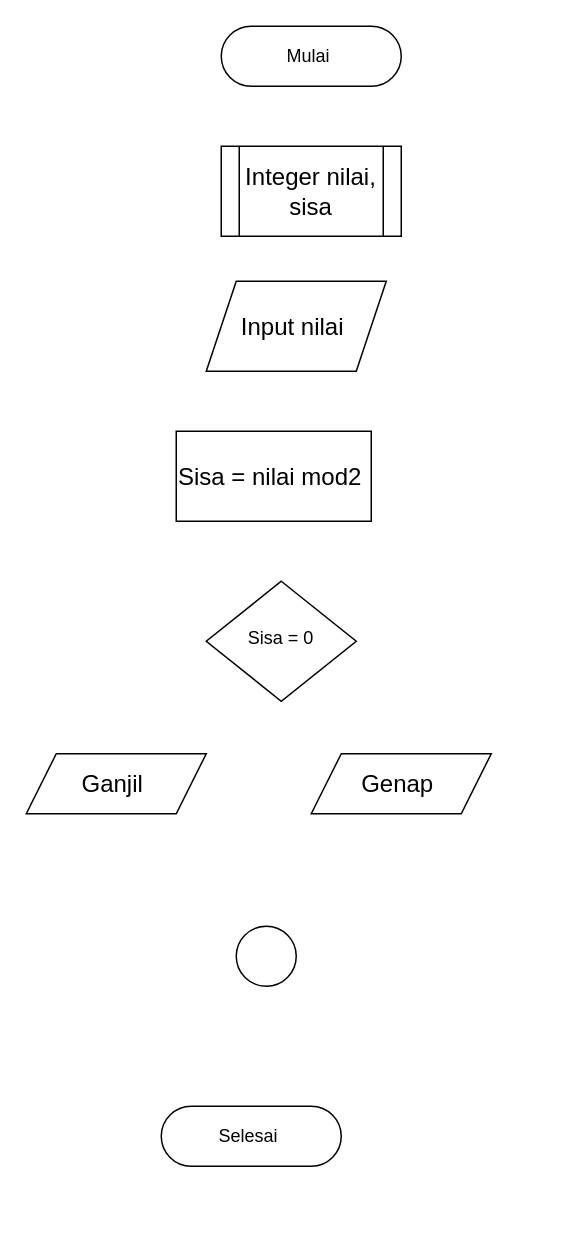
Earlier version of the draw.io diagram Tugas bilangan ganjil genap 23241091_1C.drawio (Xnowly/Algo_C_23241091). Source tidied: cells renumbered, new cells numbered last; positions are measured from the earlier drawing's top-left corner, leaving out a move shared by most shapes. Both pictures are drawn from the tidied source at 150%, with x=0, y=0 at pixel (26, 26).
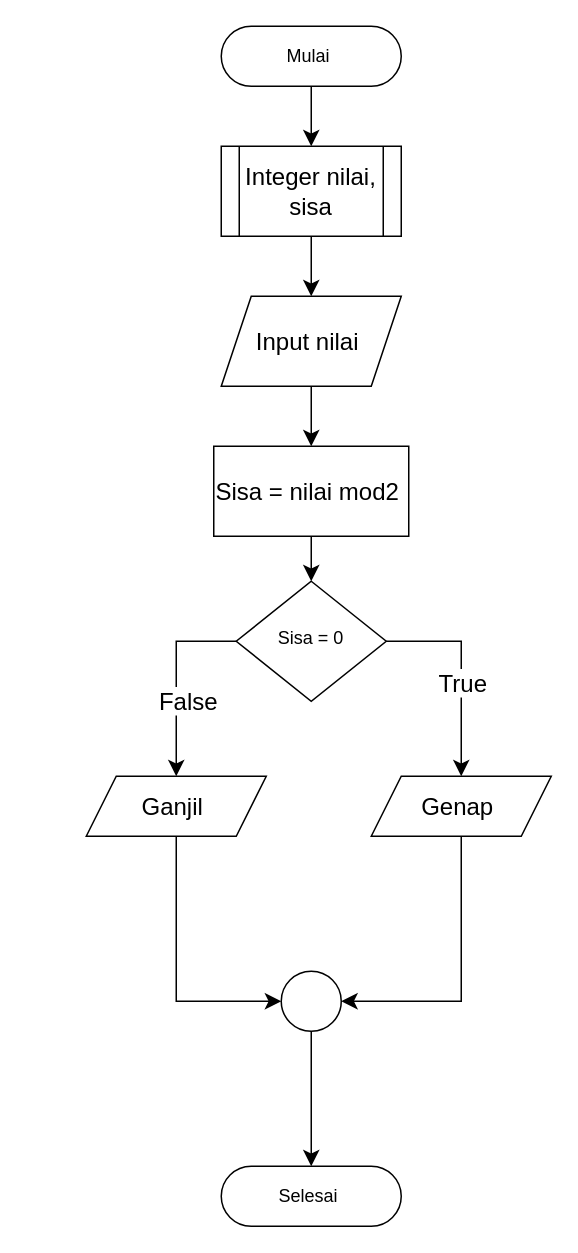
Above is the later version.

Unchanged cells that the change refers to:
```xml
<mxCell id="4" value="Mulai&amp;nbsp;" style="rounded=1;whiteSpace=wrap;html=1;fontSize=12;glass=0;strokeWidth=1;shadow=0;arcSize=50;" parent="1" vertex="1">
  <mxGeometry x="130" width="120" height="40" as="geometry" />
</mxCell>
<mxCell id="5" value="Integer nilai, sisa" style="shape=process;whiteSpace=wrap;html=1;backgroundOutline=1;fontSize=16;" parent="1" vertex="1">
  <mxGeometry x="130" y="80" width="120" height="60" as="geometry" />
</mxCell>
```

What changed in the source:
```diff
@@
     <mxCell id="2" value="Sisa = 0" style="rhombus;whiteSpace=wrap;html=1;shadow=0;fontFamily=Helvetica;fontSize=12;align=center;strokeWidth=1;spacing=6;spacingTop=-4;" parent="1" vertex="1">
-      <mxGeometry x="120" y="370" width="100" height="80" as="geometry" />
+      <mxGeometry x="140" y="370" width="100" height="80" as="geometry" />
     </mxCell>
     <mxCell id="3" value="Selesai&amp;nbsp;" style="rounded=1;whiteSpace=wrap;html=1;fontSize=12;glass=0;strokeWidth=1;shadow=0;arcSize=50;" parent="1" vertex="1">
-      <mxGeometry x="90" y="720" width="120" height="40" as="geometry" />
+      <mxGeometry x="130" y="760" width="120" height="40" as="geometry" />
     </mxCell>
@@
     <mxCell id="6" value="Input nilai&amp;nbsp;" style="shape=parallelogram;perimeter=parallelogramPerimeter;whiteSpace=wrap;html=1;fixedSize=1;fontSize=16;" parent="1" vertex="1">
-      <mxGeometry x="120" y="170" width="120" height="60" as="geometry" />
+      <mxGeometry x="130" y="180" width="120" height="60" as="geometry" />
     </mxCell>
     <mxCell id="7" value="Sisa = nilai mod2&amp;nbsp;" style="whiteSpace=wrap;html=1;fontSize=16;" parent="1" vertex="1">
-      <mxGeometry x="100" y="270" width="130" height="60" as="geometry" />
+      <mxGeometry x="125" y="280" width="130" height="60" as="geometry" />
     </mxCell>
     <mxCell id="8" value="Ganjil&amp;nbsp;" style="shape=parallelogram;perimeter=parallelogramPerimeter;whiteSpace=wrap;html=1;fixedSize=1;fontSize=16;" parent="1" vertex="1">
-      <mxGeometry y="485" width="120" height="40" as="geometry" />
+      <mxGeometry x="40" y="500" width="120" height="40" as="geometry" />
     </mxCell>
     <mxCell id="9" value="Genap&amp;nbsp;" style="shape=parallelogram;perimeter=parallelogramPerimeter;whiteSpace=wrap;html=1;fixedSize=1;fontSize=16;" parent="1" vertex="1">
-      <mxGeometry x="190" y="485" width="120" height="40" as="geometry" />
+      <mxGeometry x="230" y="500" width="120" height="40" as="geometry" />
     </mxCell>
@@
     <mxCell id="11" style="ellipse;whiteSpace=wrap;html=1;fontSize=16;" parent="1" vertex="1">
-      <mxGeometry x="140" y="600" width="40" height="40" as="geometry" />
+      <mxGeometry x="170" y="630" width="40" height="40" as="geometry" />
     </mxCell>
+    <mxCell id="12" style="edgeStyle=none;jettySize=auto;html=1;rounded=0;fontSize=12;startSize=8;endSize=8;curved=1;exitX=0.5;exitY=1;exitDx=0;exitDy=0;entryX=0.5;entryY=0;entryDx=0;entryDy=0;" parent="1" edge="1" source="4" target="5">
+      <mxGeometry relative="1" as="geometry" />
+    </mxCell>
+    <mxCell id="13" style="edgeStyle=none;jettySize=auto;html=1;rounded=0;fontSize=12;startSize=8;endSize=8;curved=1;exitX=0.5;exitY=1;exitDx=0;exitDy=0;entryX=0.5;entryY=0;entryDx=0;entryDy=0;" parent="1" edge="1" source="5" target="6">
+      <mxGeometry relative="1" as="geometry" />
+    </mxCell>
+    <mxCell id="14" style="edgeStyle=none;jettySize=auto;html=1;rounded=0;fontSize=12;startSize=8;endSize=8;curved=1;entryX=0.5;entryY=0;entryDx=0;entryDy=0;exitX=0.5;exitY=1;exitDx=0;exitDy=0;" parent="1" edge="1" source="7" target="2">
+      <mxGeometry relative="1" as="geometry" />
+    </mxCell>
+    <mxCell id="15" style="edgeStyle=none;jettySize=auto;html=1;rounded=0;fontSize=12;startSize=8;endSize=8;curved=1;exitX=0.5;exitY=1;exitDx=0;exitDy=0;entryX=0.5;entryY=0;entryDx=0;entryDy=0;" parent="1" edge="1" source="6" target="7">
+      <mxGeometry relative="1" as="geometry" />
+    </mxCell>
+    <mxCell id="16" style="edgeStyle=segmentEdgeStyle;endArrow=classic;html=1;curved=0;rounded=0;endSize=8;startSize=8;sourcePerimeterSpacing=0;targetPerimeterSpacing=0;fontSize=12;exitX=0;exitY=0.5;exitDx=0;exitDy=0;entryX=0.5;entryY=0;entryDx=0;entryDy=0;" parent="1" edge="1" source="2" target="8">
+      <mxGeometry relative="1" as="geometry">
+        <Array as="points">
+          <mxPoint x="100" y="410" />
+        </Array>
+      </mxGeometry>
+    </mxCell>
+    <mxCell id="17" value="False" style="edgeLabel;html=1;align=center;verticalAlign=middle;fontSize=16;" parent="16" vertex="1">
+      <mxGeometry x="0.22" y="7" relative="1" as="geometry" />
+    </mxCell>
+    <mxCell id="18" style="edgeStyle=segmentEdgeStyle;endArrow=classic;html=1;curved=0;rounded=0;endSize=8;startSize=8;sourcePerimeterSpacing=0;targetPerimeterSpacing=0;fontSize=12;exitX=1;exitY=0.5;exitDx=0;exitDy=0;entryX=0.5;entryY=0;entryDx=0;entryDy=0;" parent="1" edge="1" source="2" target="9">
+      <mxGeometry relative="1" as="geometry">
+        <Array as="points">
+          <mxPoint x="290" y="410" />
+        </Array>
+      </mxGeometry>
+    </mxCell>
+    <mxCell id="19" value="True" style="edgeLabel;html=1;align=center;verticalAlign=middle;fontSize=16;" parent="18" vertex="1">
+      <mxGeometry x="0.1" relative="1" as="geometry" />
+    </mxCell>
+    <mxCell id="20" style="edgeStyle=segmentEdgeStyle;endArrow=classic;html=1;curved=0;rounded=0;endSize=8;startSize=8;sourcePerimeterSpacing=0;targetPerimeterSpacing=0;fontSize=12;exitX=0.5;exitY=1;exitDx=0;exitDy=0;entryX=0;entryY=0.5;entryDx=0;entryDy=0;" parent="1" edge="1" source="8" target="11">
+      <mxGeometry relative="1" as="geometry">
+        <Array as="points">
+          <mxPoint x="100" y="650" />
+        </Array>
+      </mxGeometry>
+    </mxCell>
+    <mxCell id="21" style="edgeStyle=segmentEdgeStyle;endArrow=classic;html=1;curved=0;rounded=0;endSize=8;startSize=8;sourcePerimeterSpacing=0;targetPerimeterSpacing=0;fontSize=12;exitX=0.5;exitY=1;exitDx=0;exitDy=0;entryX=1;entryY=0.5;entryDx=0;entryDy=0;" parent="1" edge="1" source="9" target="11">
+      <mxGeometry relative="1" as="geometry">
+        <Array as="points">
+          <mxPoint x="290" y="650" />
+        </Array>
+      </mxGeometry>
+    </mxCell>
+    <mxCell id="22" style="edgeStyle=none;jettySize=auto;html=1;rounded=0;fontSize=12;startSize=8;endSize=8;curved=1;entryX=0.5;entryY=0;entryDx=0;entryDy=0;exitX=0.5;exitY=1;exitDx=0;exitDy=0;" parent="1" edge="1" source="11" target="3">
+      <mxGeometry relative="1" as="geometry" />
+    </mxCell>
```
